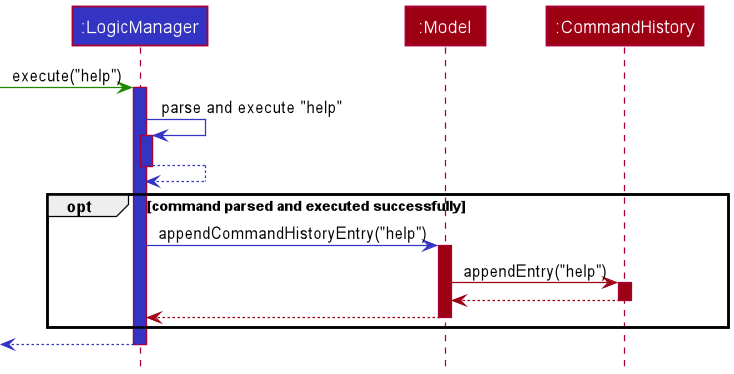
Above: docs/images/commandhistory/CmdHistUpdateSequenceDiagram.png in nus-cs2103-AY2021S2/tp (PlantUML), before the change.
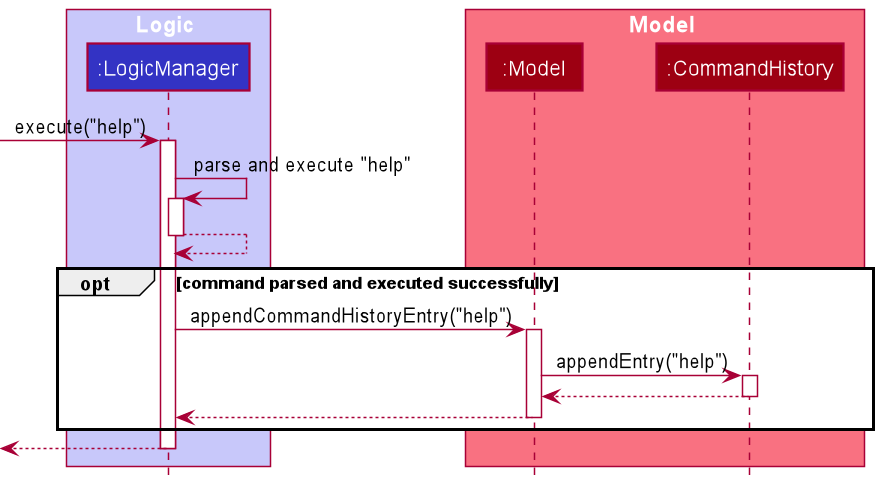
After the change.

Commit message:
Docs(DG): Re-style update cmd hist sequence diagram

Change to the diagram source:
```diff
@@ -1,36 +1,39 @@
 @startuml
 !include ../style.puml
 
+box Logic LOGIC_COLOR_T1
 Participant ":LogicManager" as logic LOGIC_COLOR
+end box
+
+box Model MODEL_COLOR_T1
 Participant ":Model" as model MODEL_COLOR
 Participant ":CommandHistory" as cmdHist MODEL_COLOR
+end box
 
--[UI_COLOR]> logic : execute("help")
-activate logic LOGIC_COLOR
+-> logic : execute("help")
+activate logic
 
-logic -[LOGIC_COLOR]> logic : parse and execute "help"
-activate logic LOGIC_COLOR
+logic -> logic : parse and execute "help"
+activate logic
 
-logic -[LOGIC_COLOR]-> logic
+logic --> logic
 deactivate logic
 
 opt command parsed and executed successfully
+    logic -> model : appendCommandHistoryEntry("help")
+    activate model
 
-logic -[LOGIC_COLOR]> model : appendCommandHistoryEntry("help")
-activate model MODEL_COLOR
+    model -> cmdHist : appendEntry("help")
+    activate cmdHist
 
-model -[MODEL_COLOR]> cmdHist : appendEntry("help")
-activate cmdHist MODEL_COLOR
+    model <-- cmdHist
+    deactivate cmdHist
 
-model <-[MODEL_COLOR]- cmdHist
-deactivate cmdHist
-
-model -[MODEL_COLOR]-> logic
-deactivate model
-
+    model --> logic
+    deactivate model
 end
 
-<-[LOGIC_COLOR]- logic
+<-- logic
 deactivate logic
 
 @enduml
```
